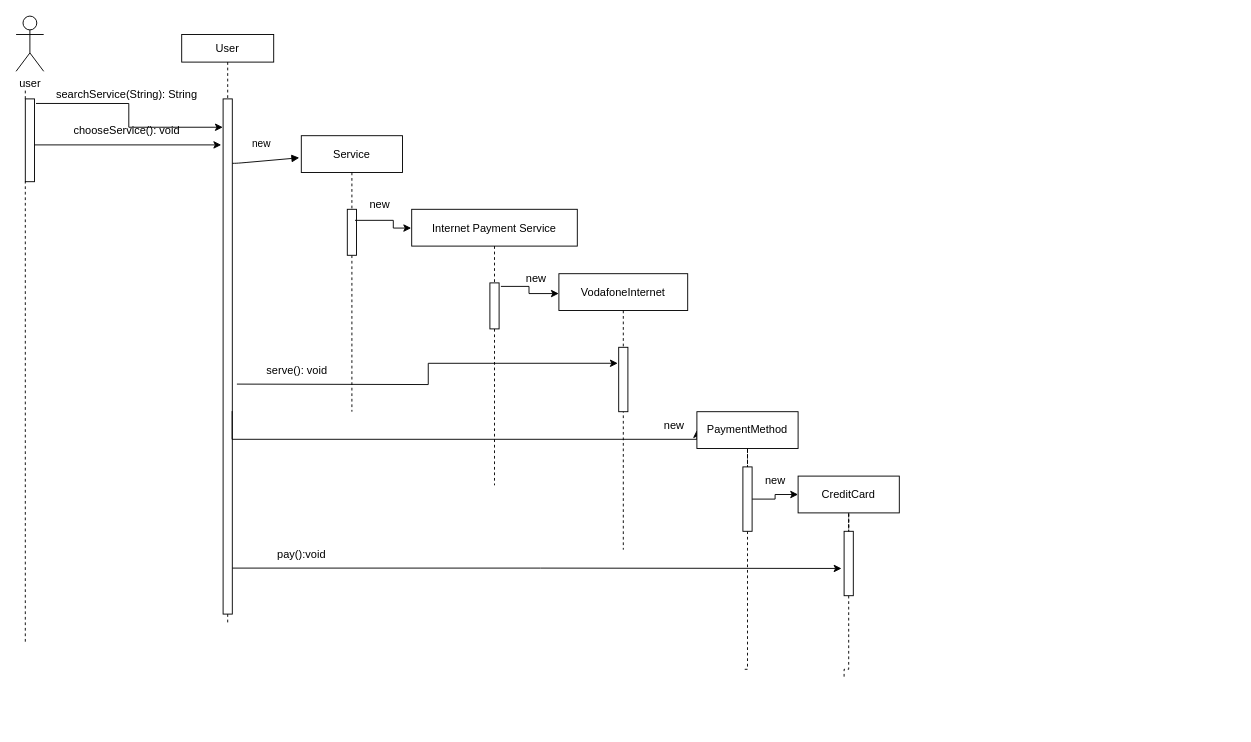
This is serveInternetSequence.drawio from TheGhost025/Fawry-System, a draw.io file, before an edit. Source tidied: cells renumbered, new cells numbered last; positions are measured from the earlier drawing's top-left corner, leaving out a move shared by most shapes. Both pictures are drawn from the tidied source at 92%, with x=0, y=0 at pixel (16, 16).
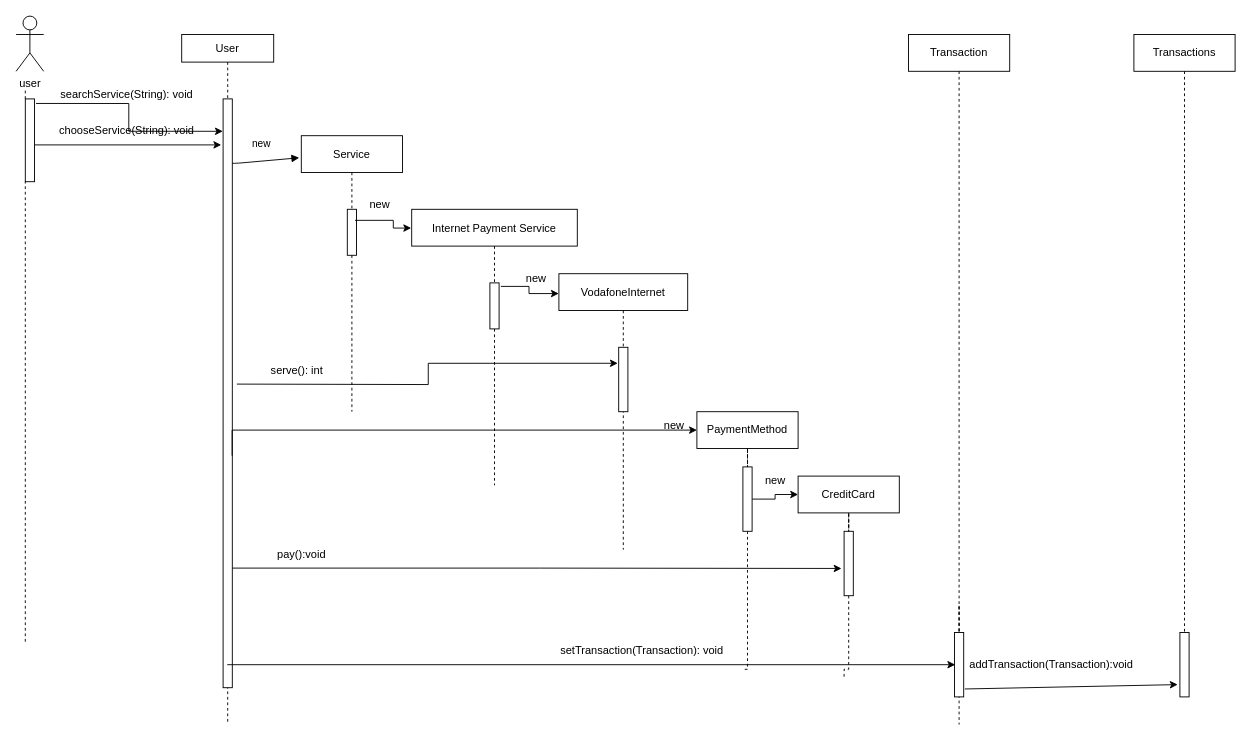
After the change.

Unchanged cells that the change refers to:
```xml
<mxCell id="28" value="PaymentMethod" style="rounded=0;whiteSpace=wrap;html=1;" parent="1" vertex="1">
  <mxGeometry x="740" y="430" width="110" height="40" as="geometry" />
</mxCell>
```

Change to the diagram source:
```diff
@@
     <mxCell id="2" value="User" style="shape=umlLifeline;perimeter=lifelinePerimeter;rounded=0;shadow=0;strokeWidth=1;size=30;" parent="1" vertex="1">
-      <mxGeometry x="180" y="20" width="100" height="640" as="geometry" />
+      <mxGeometry x="180" y="20" width="100" height="750" as="geometry" />
     </mxCell>
     <mxCell id="3" style="points=[];perimeter=orthogonalPerimeter;rounded=0;shadow=0;strokeWidth=1;" parent="2" vertex="1">
-      <mxGeometry x="45" y="70" width="10" height="560" as="geometry" />
+      <mxGeometry x="45" y="70" width="10" height="640" as="geometry" />
     </mxCell>
@@
-    <mxCell id="16" value="searchService(String): String" style="text;html=1;align=center;verticalAlign=middle;strokeColor=none;fillColor=none;" parent="1" vertex="1">
-      <mxGeometry x="30" y="70" width="180" height="30" as="geometry" />
+    <mxCell id="16" value="searchService(String): void" style="text;html=1;align=center;verticalAlign=middle;strokeColor=none;fillColor=none;" parent="1" vertex="1">
+      <mxGeometry x="40" y="75" width="160" height="20" as="geometry" />
     </mxCell>
@@
-    <mxCell id="24" value="chooseService(): void" style="text;html=1;align=center;verticalAlign=middle;strokeColor=none;fillColor=none;" parent="1" vertex="1">
-      <mxGeometry x="50" y="110" width="140" height="30" as="geometry" />
+    <mxCell id="24" value="chooseService(String): void" style="text;html=1;align=center;verticalAlign=middle;strokeColor=none;fillColor=none;" parent="1" vertex="1">
+      <mxGeometry x="40" y="115" width="160" height="20" as="geometry" />
     </mxCell>
-    <mxCell id="25" value="serve(): void" style="text;html=1;align=center;verticalAlign=middle;strokeColor=none;fillColor=none;" parent="1" vertex="1">
-      <mxGeometry x="260" y="370" width="90" height="30" as="geometry" />
+    <mxCell id="25" value="serve(): int" style="text;html=1;align=center;verticalAlign=middle;strokeColor=none;fillColor=none;" parent="1" vertex="1">
+      <mxGeometry x="270" y="375" width="70" height="20" as="geometry" />
     </mxCell>
     <mxCell id="26" style="edgeStyle=orthogonalEdgeStyle;rounded=0;jettySize=auto;html=1;entryX=0;entryY=0.5;entryDx=0;entryDy=0;entryPerimeter=0;exitX=0.98;exitY=0.606;exitDx=0;exitDy=0;exitPerimeter=0;" parent="1" edge="1" source="3" target="28">
       <mxGeometry relative="1" as="geometry">
         <Array as="points">
-          <mxPoint x="235" y="460" />
-          <mxPoint x="740" y="460" />
+          <mxPoint x="235" y="450" />
         </Array>
       </mxGeometry>
     </mxCell>
@@
+    <mxCell id="39" style="edgeStyle=orthogonalEdgeStyle;rounded=0;jettySize=auto;html=1;endArrow=none;endFill=0;dashed=1;startArrow=none;exitX=0.5;exitY=1;exitDx=0;exitDy=0;" parent="1" edge="1" source="41">
+      <mxGeometry relative="1" as="geometry">
+        <mxPoint x="1025" y="770" as="targetPoint" />
+        <Array as="points">
+          <mxPoint x="1025" y="640" />
+          <mxPoint x="1025" y="640" />
+        </Array>
+      </mxGeometry>
+    </mxCell>
+    <mxCell id="40" value="Transaction" style="rounded=0;whiteSpace=wrap;html=1;" parent="1" vertex="1">
+      <mxGeometry x="970" y="20" width="110" height="40" as="geometry" />
+    </mxCell>
+    <mxCell id="41" style="points=[];perimeter=orthogonalPerimeter;rounded=0;shadow=0;strokeWidth=1;" parent="1" vertex="1">
+      <mxGeometry x="1020" y="670" width="10" height="70" as="geometry" />
+    </mxCell>
+    <mxCell id="42" style="edgeStyle=orthogonalEdgeStyle;rounded=0;jettySize=auto;html=1;endArrow=none;endFill=0;dashed=1;startArrow=none;exitX=0.5;exitY=1;exitDx=0;exitDy=0;" parent="1" edge="1" source="40" target="41">
+      <mxGeometry relative="1" as="geometry" />
+    </mxCell>
+    <mxCell id="43" style="endArrow=classic;html=1;entryX=0.08;entryY=0.5;entryDx=0;entryDy=0;entryPerimeter=0;" parent="1" edge="1" source="2" target="41">
+      <mxGeometry relative="1" as="geometry" />
+    </mxCell>
+    <mxCell id="44" value="setTransaction(Transaction): void" style="text;html=1;align=center;verticalAlign=middle;" parent="1" vertex="1">
+      <mxGeometry x="585" y="680" width="190" height="20" as="geometry" />
+    </mxCell>
+    <mxCell id="45" value="Transactions" style="rounded=0;whiteSpace=wrap;html=1;" parent="1" vertex="1">
+      <mxGeometry x="1215" y="20" width="110" height="40" as="geometry" />
+    </mxCell>
+    <mxCell id="46" style="points=[];perimeter=orthogonalPerimeter;rounded=0;shadow=0;strokeWidth=1;" parent="1" vertex="1">
+      <mxGeometry x="1265" y="670" width="10" height="70" as="geometry" />
+    </mxCell>
+    <mxCell id="47" style="edgeStyle=orthogonalEdgeStyle;rounded=0;jettySize=auto;html=1;endArrow=none;endFill=0;dashed=1;startArrow=none;exitX=0.5;exitY=1;exitDx=0;exitDy=0;" parent="1" edge="1" source="45" target="46">
+      <mxGeometry relative="1" as="geometry" />
+    </mxCell>
+    <mxCell id="48" style="endArrow=classic;html=1;entryX=-0.24;entryY=0.809;entryDx=0;entryDy=0;entryPerimeter=0;exitX=1.12;exitY=0.877;exitDx=0;exitDy=0;exitPerimeter=0;" parent="1" edge="1" source="41" target="46">
+      <mxGeometry relative="1" as="geometry" />
+    </mxCell>
+    <mxCell id="49" value="addTransaction(Transaction):void" style="text;html=1;align=center;verticalAlign=middle;" parent="1" vertex="1">
+      <mxGeometry x="1030" y="695" width="190" height="20" as="geometry" />
+    </mxCell>
```
